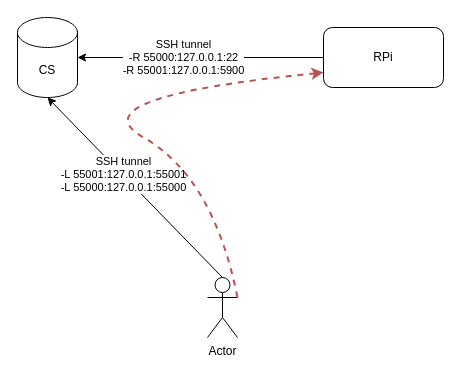
maniac0r/audio keeps this draw.io diagram as Untitled Diagram.drawio. Above is the earlier version. Source tidied: cells renumbered, new cells numbered last; positions are measured from the earlier drawing's top-left corner, leaving out a move shared by most shapes. Both pictures are drawn from the tidied source at 100%, with x=0, y=0 at pixel (17, 17).
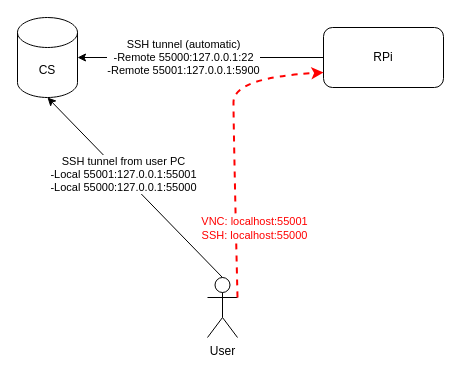
Above is the later version.

Diff of the diagram source:
```diff
@@
 <mxGraphModel>
   <root>
     <mxCell id="0" />
     <mxCell id="1" parent="0" />
-    <mxCell id="2" value="Actor" style="shape=umlActor;verticalLabelPosition=bottom;verticalAlign=top;html=1;" parent="1" vertex="1">
+    <mxCell id="2" value="User" style="shape=umlActor;verticalLabelPosition=bottom;verticalAlign=top;html=1;" parent="1" vertex="1">
       <mxGeometry x="190" y="260" width="30" height="60" as="geometry" />
     </mxCell>
     <mxCell id="3" value="CS" style="shape=cylinder3;whiteSpace=wrap;html=1;boundedLbl=1;backgroundOutline=1;size=15;" parent="1" vertex="1">
       <mxGeometry width="60" height="80" as="geometry" />
     </mxCell>
     <mxCell id="4" value="RPi" style="rounded=1;whiteSpace=wrap;html=1;" parent="1" vertex="1">
       <mxGeometry x="306" y="10" width="120" height="60" as="geometry" />
     </mxCell>
     <mxCell id="5" style="endArrow=classic;html=1;entryX=1;entryY=0.5;entryDx=0;entryDy=0;entryPerimeter=0;exitX=0;exitY=0.5;exitDx=0;exitDy=0;" parent="1" edge="1" source="4" target="3">
       <mxGeometry relative="1" as="geometry" />
     </mxCell>
-    <mxCell id="6" value="SSH tunnel&lt;br&gt;-R 55000:127.0.0.1:22&lt;br&gt;-R 55001:127.0.0.1:5900" style="edgeLabel;html=1;align=center;verticalAlign=middle;" parent="5" vertex="1">
+    <mxCell id="6" value="SSH tunnel (automatic)&lt;br&gt;-Remote 55000:127.0.0.1:22&lt;br&gt;-Remote 55001:127.0.0.1:5900" style="edgeLabel;html=1;align=center;verticalAlign=middle;" parent="5" vertex="1">
       <mxGeometry x="0.15" y="-1" relative="1" as="geometry" />
     </mxCell>
     <mxCell id="7" style="endArrow=classic;html=1;entryX=0.5;entryY=1;entryDx=0;entryDy=0;entryPerimeter=0;exitX=0.5;exitY=0;exitDx=0;exitDy=0;exitPerimeter=0;" parent="1" edge="1" source="2" target="3">
       <mxGeometry relative="1" as="geometry" />
     </mxCell>
-    <mxCell id="8" value="SSH tunnel&lt;br&gt;-L 55001:127.0.0.1:55001&lt;br&gt;-L 55000:127.0.0.1:55000" style="edgeLabel;html=1;align=center;verticalAlign=middle;" parent="7" vertex="1">
+    <mxCell id="8" value="SSH tunnel from user PC&lt;br&gt;-Local 55001:127.0.0.1:55001&lt;br&gt;-Local 55000:127.0.0.1:55000" style="edgeLabel;html=1;align=center;verticalAlign=middle;" parent="7" vertex="1">
       <mxGeometry x="0.15" y="-1" relative="1" as="geometry" />
     </mxCell>
-    <mxCell id="9" style="curved=1;endArrow=classic;html=1;exitX=1;exitY=0.3333333333333333;exitDx=0;exitDy=0;exitPerimeter=0;entryX=0;entryY=0.75;entryDx=0;entryDy=0;dashed=1;strokeWidth=2;fillColor=#f8cecc;strokeColor=#b85450;" parent="1" edge="1" source="2" target="4">
+    <mxCell id="9" style="curved=1;endArrow=classic;html=1;exitX=1;exitY=0.3333333333333333;exitDx=0;exitDy=0;exitPerimeter=0;entryX=0;entryY=0.75;entryDx=0;entryDy=0;dashed=1;strokeWidth=2;fillColor=#f8cecc;strokeColor=#FF0000;" parent="1" edge="1" source="2" target="4">
       <mxGeometry relative="1" as="geometry">
         <Array as="points">
-          <mxPoint x="196" y="160" />
-          <mxPoint x="56" y="80" />
+          <mxPoint x="216" y="110" />
+          <mxPoint x="216" y="60" />
         </Array>
       </mxGeometry>
     </mxCell>
+    <mxCell id="10" value="&lt;font color=&quot;#ff0000&quot;&gt;VNC: localhost:55001&lt;br&gt;SSH: localhost:55000&lt;/font&gt;" style="edgeLabel;html=1;align=center;verticalAlign=middle;" parent="9" vertex="1">
+      <mxGeometry x="-0.27" y="-2" relative="1" as="geometry">
+        <mxPoint x="17" y="44" as="offset" />
+      </mxGeometry>
+    </mxCell>
   </root>
 </mxGraphModel>
```
